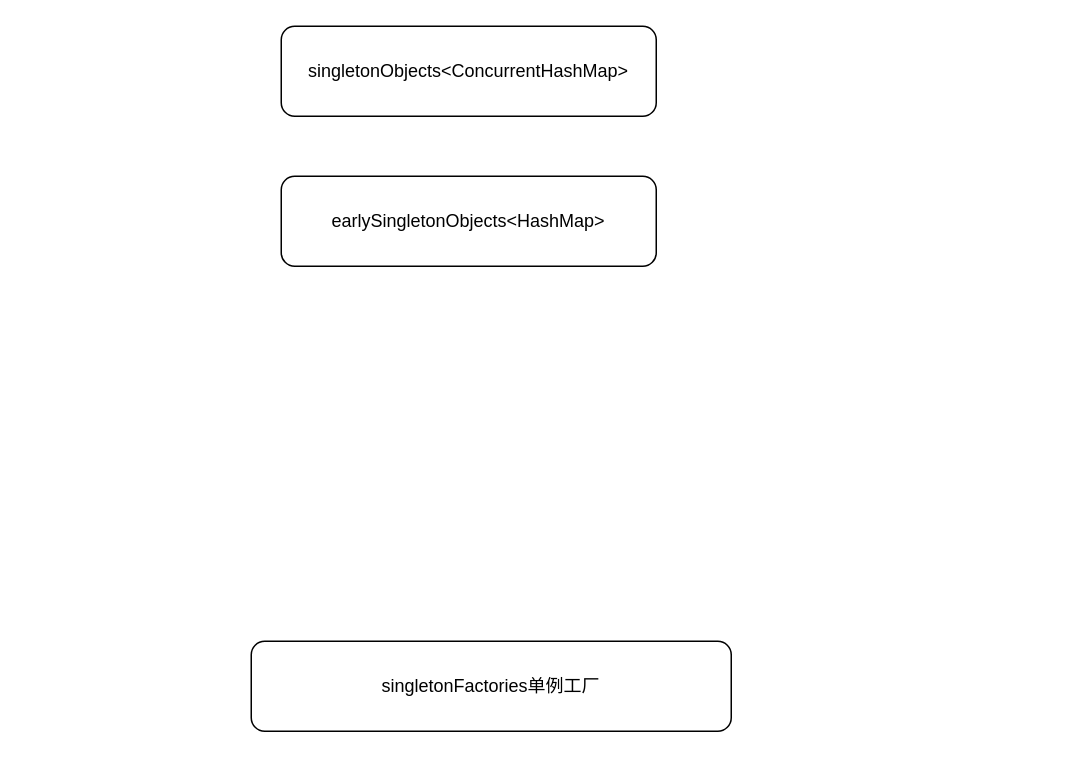
The draw.io diagram page "spring三级缓存" (3 of 7) of spring-doc/spring生命周期/spring.drawio in ChrisJone/spring-framework, before the edit. Source tidied: cells renumbered, new cells numbered last; positions are measured from the earlier drawing's top-left corner, leaving out a move shared by most shapes. Both pictures are drawn from the tidied source at 150%, with x=0, y=0 at pixel (250, 26).
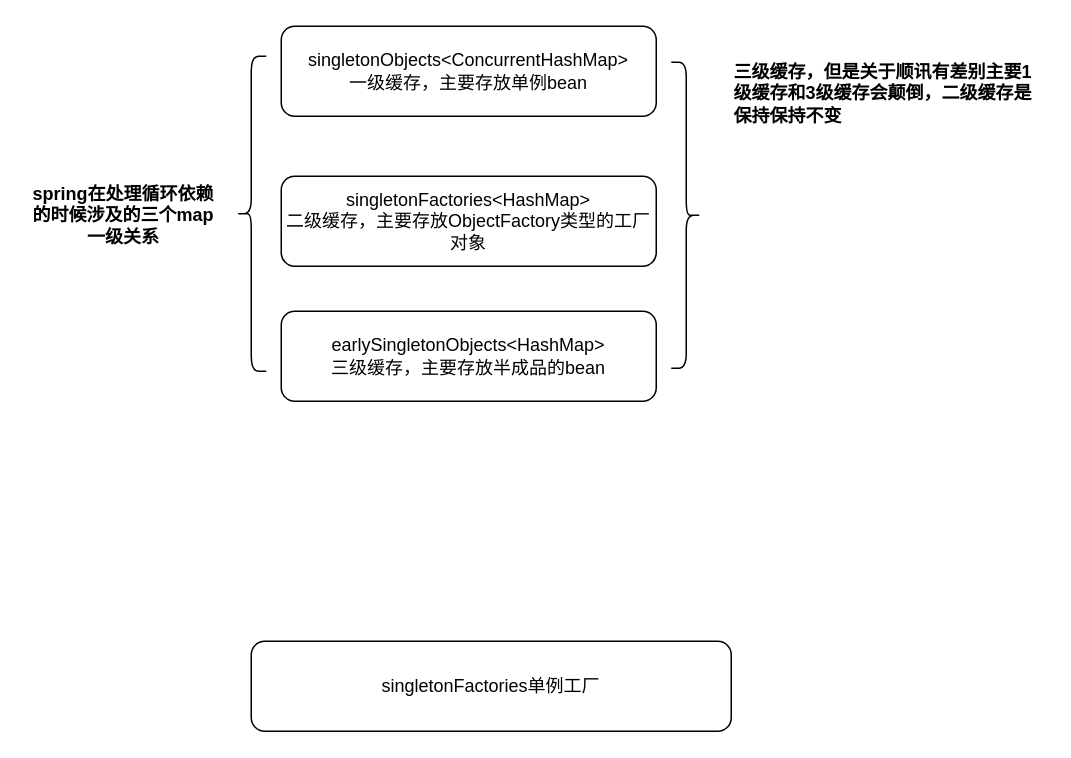
The same page after the edit.

The edit, as a diff of the source:
```diff
@@
 <mxGraphModel>
   <root>
     <mxCell id="0" />
     <mxCell id="1" parent="0" />
-    <mxCell id="2" value="singletonObjects&amp;lt;ConcurrentHashMap&amp;gt;" style="rounded=1;whiteSpace=wrap;html=1;align=center;" parent="1" vertex="1">
+    <mxCell id="2" value="singletonObjects&amp;lt;ConcurrentHashMap&amp;gt;&lt;br&gt;一级缓存，主要存放单例bean" style="rounded=1;whiteSpace=wrap;html=1;align=center;" parent="1" vertex="1">
       <mxGeometry x="20" width="250" height="60" as="geometry" />
     </mxCell>
-    <mxCell id="3" value="earlySingletonObjects&amp;lt;HashMap&amp;gt;" style="rounded=1;whiteSpace=wrap;html=1;align=center;" parent="1" vertex="1">
-      <mxGeometry x="20" y="100" width="250" height="60" as="geometry" />
+    <mxCell id="3" value="earlySingletonObjects&amp;lt;HashMap&amp;gt;&lt;br&gt;三级缓存，主要存放半成品的bean" style="rounded=1;whiteSpace=wrap;html=1;align=center;" parent="1" vertex="1">
+      <mxGeometry x="20" y="190" width="250" height="60" as="geometry" />
     </mxCell>
     <mxCell id="4" value="singletonFactories单例工厂" style="rounded=1;whiteSpace=wrap;html=1;align=center;" parent="1" vertex="1">
       <mxGeometry y="410" width="320" height="60" as="geometry" />
     </mxCell>
+    <mxCell id="5" value="singletonFactories&amp;lt;HashMap&amp;gt;&lt;br&gt;二级缓存，主要存放ObjectFactory类型的工厂对象" style="rounded=1;whiteSpace=wrap;html=1;align=center;" parent="1" vertex="1">
+      <mxGeometry x="20" y="100" width="250" height="60" as="geometry" />
+    </mxCell>
+    <mxCell id="6" style="shape=curlyBracket;whiteSpace=wrap;html=1;rounded=1;fontColor=#000000;align=center;" parent="1" vertex="1">
+      <mxGeometry x="-10" y="20" width="20" height="210" as="geometry" />
+    </mxCell>
+    <mxCell id="7" value="三级缓存，但是关于顺讯有差别主要1级缓存和3级缓存会颠倒，二级缓存是保持保持不变" style="text;html=1;strokeColor=none;fillColor=none;align=left;verticalAlign=middle;whiteSpace=wrap;rounded=0;fontColor=#000000;fontStyle=1;" parent="1" vertex="1">
+      <mxGeometry x="320" y="20" width="210" height="50" as="geometry" />
+    </mxCell>
+    <mxCell id="8" style="shape=curlyBracket;whiteSpace=wrap;html=1;rounded=1;fontColor=#000000;align=left;rotation=-180;" parent="1" vertex="1">
+      <mxGeometry x="280" y="24" width="20" height="204" as="geometry" />
+    </mxCell>
+    <mxCell id="9" value="spring在处理循环依赖的时候涉及的三个map一级关系" style="text;html=1;strokeColor=none;fillColor=none;align=center;verticalAlign=middle;whiteSpace=wrap;rounded=0;fontColor=#000000;fontStyle=1;" parent="1" vertex="1">
+      <mxGeometry x="-150" y="101" width="130" height="50" as="geometry" />
+    </mxCell>
   </root>
 </mxGraphModel>
```
